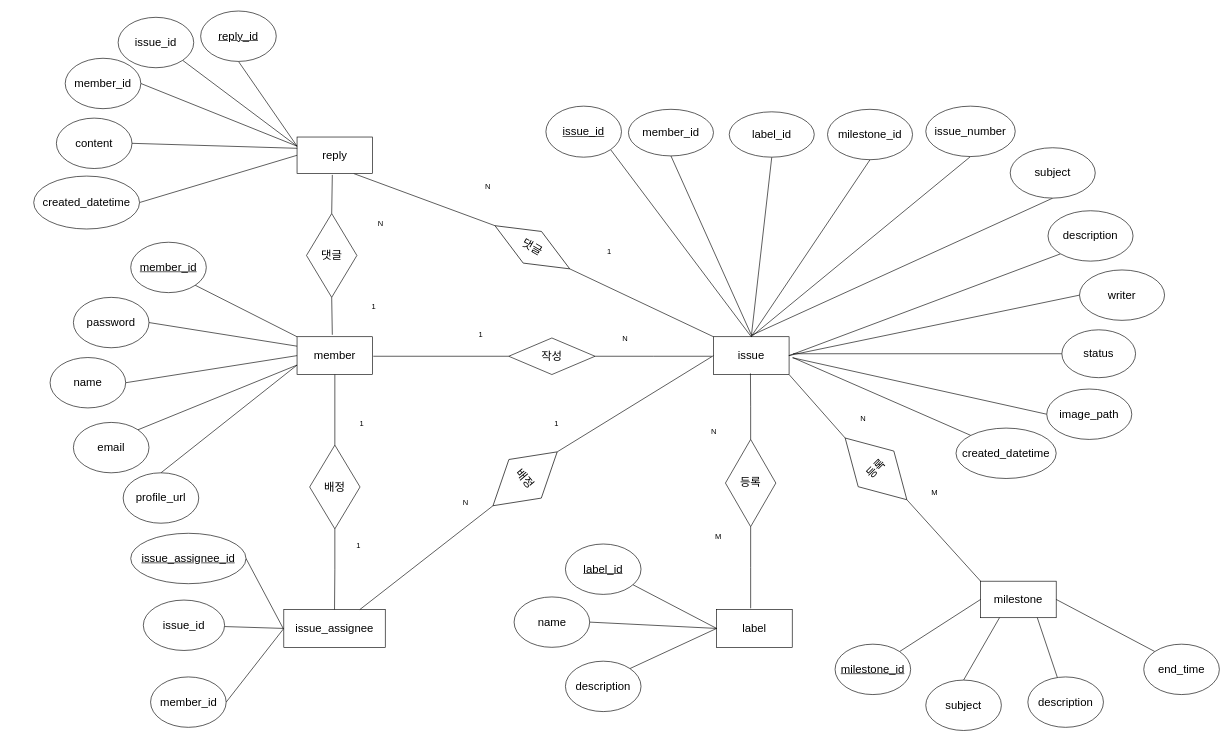
Above: page "Page-14" (8 of 8) of Untitled Diagram.drawio in ikjo93/Class-Diagram (draw.io), before the change. Source tidied: cells renumbered, new cells numbered last; positions are measured from the earlier drawing's top-left corner, leaving out a move shared by most shapes. Both pictures are drawn from the tidied source at 63%, with x=0, y=0 at pixel (33, 11).
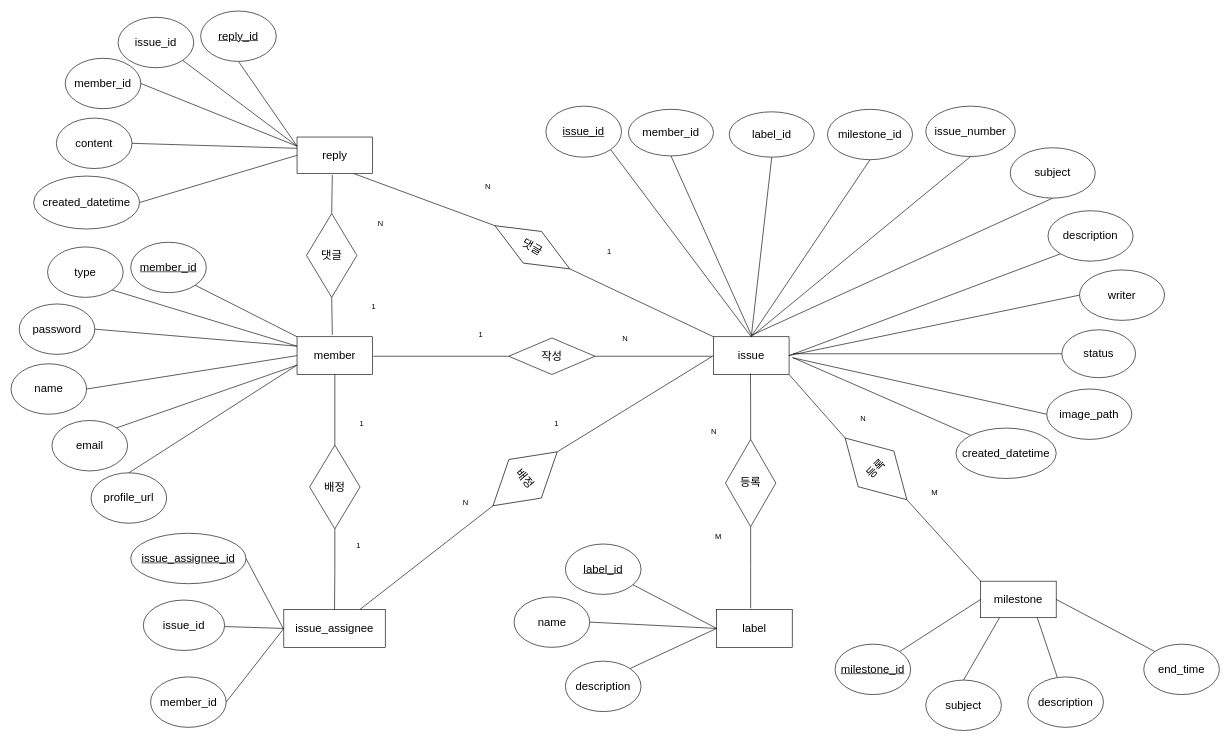
The same diagram, later.

The change refers to these unchanged cells:
```xml
<mxCell id="2" value="&lt;span style=&quot;font-size: 18px&quot;&gt;member&lt;/span&gt;" style="rounded=0;whiteSpace=wrap;html=1;" parent="1" vertex="1">
  <mxGeometry x="418" y="517" width="120" height="60" as="geometry" />
</mxCell>
```

The edit, as a diff of the source:
```diff
@@
     <mxCell id="4" value="password" style="ellipse;whiteSpace=wrap;html=1;fontSize=18;" parent="1" vertex="1">
-      <mxGeometry x="63" y="454.5" width="120" height="80" as="geometry" />
+      <mxGeometry x="-23" y="465" width="120" height="80" as="geometry" />
     </mxCell>
@@
     <mxCell id="6" value="email" style="ellipse;whiteSpace=wrap;html=1;fontSize=18;" parent="1" vertex="1">
-      <mxGeometry x="63" y="653" width="120" height="80" as="geometry" />
+      <mxGeometry x="29" y="650" width="120" height="80" as="geometry" />
     </mxCell>
@@
     <mxCell id="8" value="name" style="ellipse;whiteSpace=wrap;html=1;fontSize=18;" parent="1" vertex="1">
-      <mxGeometry x="26" y="550" width="120" height="80" as="geometry" />
+      <mxGeometry x="-36" y="560" width="120" height="80" as="geometry" />
     </mxCell>
@@
     <mxCell id="104" value="profile_url" style="ellipse;whiteSpace=wrap;html=1;fontSize=18;" parent="1" vertex="1">
-      <mxGeometry x="142" y="733" width="120" height="80" as="geometry" />
+      <mxGeometry x="91" y="733" width="120" height="80" as="geometry" />
     </mxCell>
+    <mxCell id="105" style="rounded=0;jettySize=auto;html=1;exitX=1;exitY=1;exitDx=0;exitDy=0;entryX=0;entryY=0.25;entryDx=0;entryDy=0;endArrow=none;endFill=0;" parent="1" edge="1" source="106" target="2">
+      <mxGeometry relative="1" as="geometry" />
+    </mxCell>
+    <mxCell id="106" value="type" style="ellipse;whiteSpace=wrap;html=1;fontSize=18;" parent="1" vertex="1">
+      <mxGeometry x="22" y="374.5" width="120" height="80" as="geometry" />
+    </mxCell>
```
